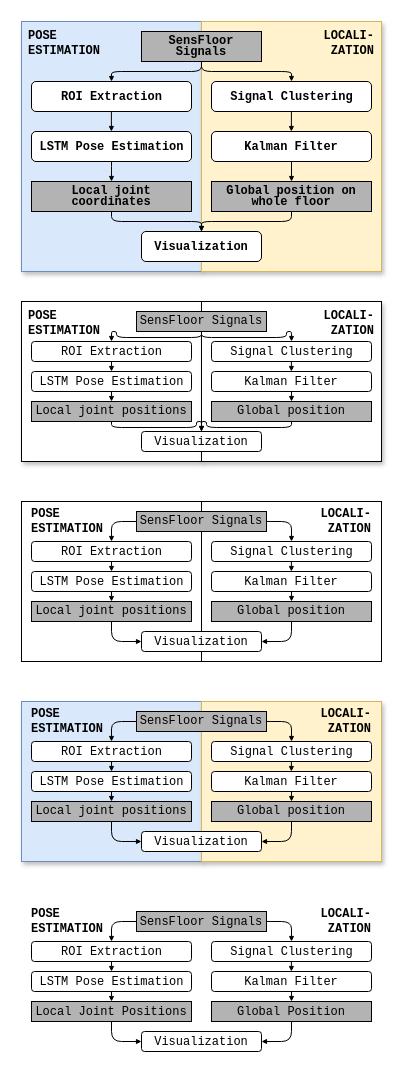
sensfloor/sensfloor-paper keeps this draw.io diagram as img/methods-overview.drawio. Above is the earlier version. Source tidied: cells renumbered, new cells numbered last; positions are measured from the earlier drawing's top-left corner, leaving out a move shared by most shapes. Both pictures are drawn from the tidied source at 100%, with x=0, y=0 at pixel (21, 21).
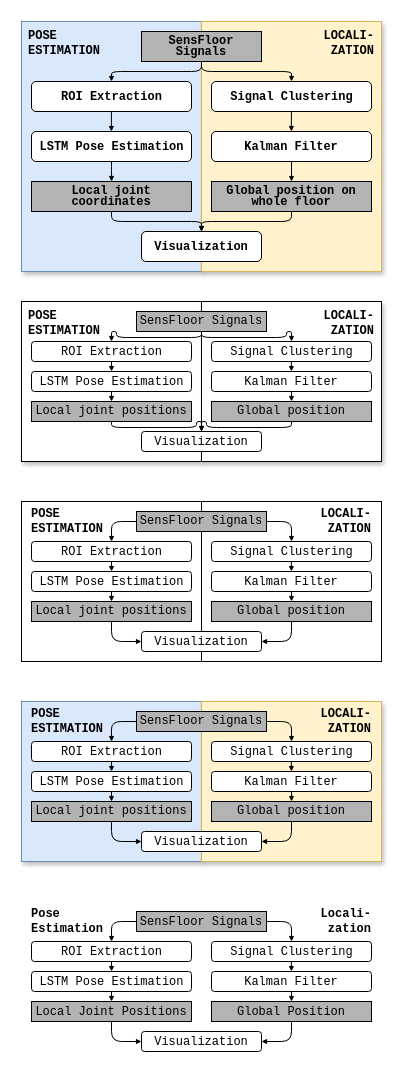
The same diagram, later.

Commit message (it also covers changes not shown here):
Change capitalization of branch descriptions in methods overview diagram

Diff of the diagram source:
```diff
@@
-    <mxCell id="77" value="&lt;font face=&quot;Courier New&quot;&gt;&lt;b&gt;POSE&lt;br&gt;ESTIMATION&lt;/b&gt;&lt;/font&gt;" style="rounded=0;whiteSpace=wrap;html=1;shadow=0;verticalAlign=top;align=left;spacingLeft=10;spacing=0;fillColor=none;strokeColor=none;" parent="1" vertex="1">
+    <mxCell id="77" value="&lt;font face=&quot;Courier New&quot;&gt;&lt;b&gt;Pose&lt;/b&gt;&lt;/font&gt;&lt;div&gt;&lt;font face=&quot;Courier New&quot;&gt;&lt;b&gt;Estimation&lt;/b&gt;&lt;/font&gt;&lt;/div&gt;" style="rounded=0;whiteSpace=wrap;html=1;shadow=0;verticalAlign=top;align=left;spacingLeft=10;spacing=0;fillColor=none;strokeColor=none;fontStyle=0;" parent="1" vertex="1">
       <mxGeometry y="880" width="180" height="160" as="geometry" />
     </mxCell>
-    <mxCell id="78" value="&lt;font face=&quot;Courier New&quot;&gt;&lt;b&gt;LOCALI-&lt;/b&gt;&lt;/font&gt;&lt;div&gt;&lt;font face=&quot;Courier New&quot;&gt;&lt;b&gt;ZATION&lt;/b&gt;&lt;/font&gt;&lt;/div&gt;" style="rounded=0;whiteSpace=wrap;html=1;shadow=0;verticalAlign=top;align=right;spacingRight=10;spacingTop=0;spacingLeft=0;spacing=0;strokeColor=none;fillColor=none;" parent="1" vertex="1">
+    <mxCell id="78" value="&lt;font face=&quot;Courier New&quot;&gt;&lt;b&gt;Locali-&lt;/b&gt;&lt;/font&gt;&lt;div&gt;&lt;font face=&quot;Courier New&quot;&gt;&lt;b&gt;zation&lt;/b&gt;&lt;/font&gt;&lt;/div&gt;" style="rounded=0;whiteSpace=wrap;html=1;shadow=0;verticalAlign=top;align=right;spacingRight=10;spacingTop=0;spacingLeft=0;spacing=0;strokeColor=none;fillColor=none;fontStyle=0;" parent="1" vertex="1">
       <mxGeometry x="180" y="880" width="180" height="160" as="geometry" />
     </mxCell>
```
